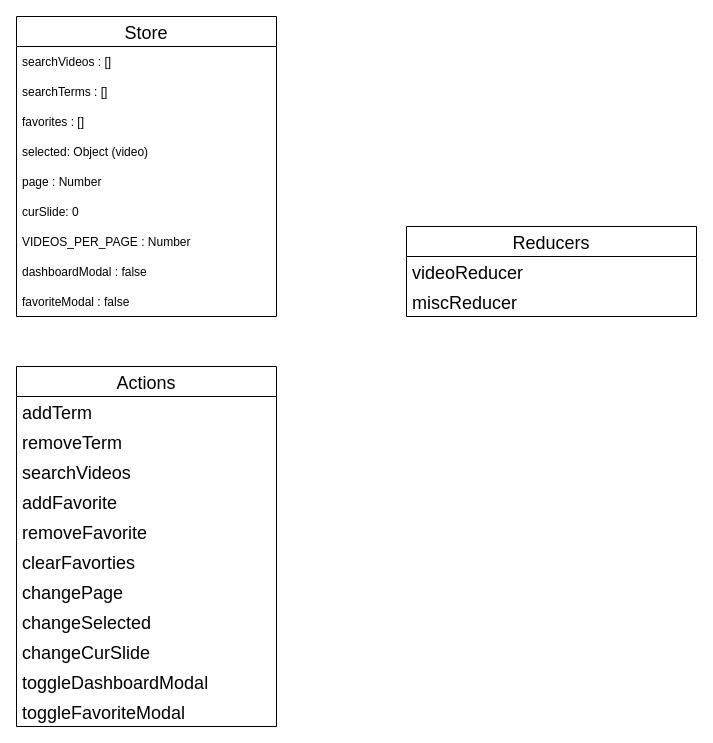
Before: page "model" (1 of 4) of blueprint.drawio in TimDreamer/yt-viewer, a draw.io diagram. Source tidied: cells renumbered, new cells numbered last; positions are measured from the earlier drawing's top-left corner, leaving out a move shared by most shapes. Both pictures are drawn from the tidied source at 100%, with x=0, y=0 at pixel (16, 16).
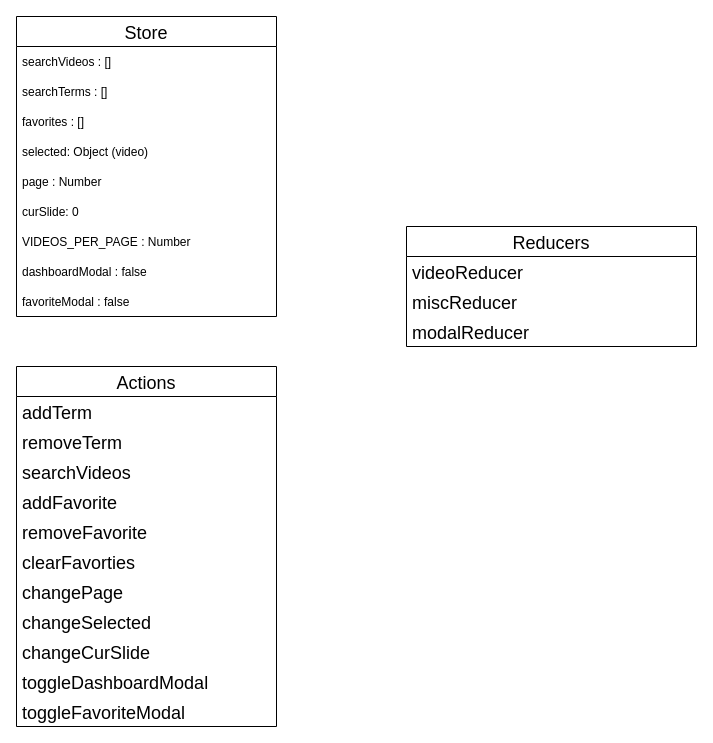
Above is the later version.

Diff of the diagram source:
```diff
@@
     <mxCell id="24" value="Reducers" style="swimlane;fontStyle=0;horizontal=1;startSize=30;fontSize=18;fontColor=#000000;strokeColor=#000000;fillColor=none;" parent="1" vertex="1">
-      <mxGeometry x="390" y="210" width="290" height="90" as="geometry" />
+      <mxGeometry x="390" y="210" width="290" height="120" as="geometry" />
     </mxCell>
@@
+    <mxCell id="27" value="modalReducer" style="text;strokeColor=none;fillColor=none;align=left;verticalAlign=middle;spacingLeft=4;spacingRight=4;overflow=hidden;fontSize=18;fontColor=#000000;" parent="24" vertex="1">
+      <mxGeometry y="90" width="290" height="30" as="geometry" />
+    </mxCell>
```
